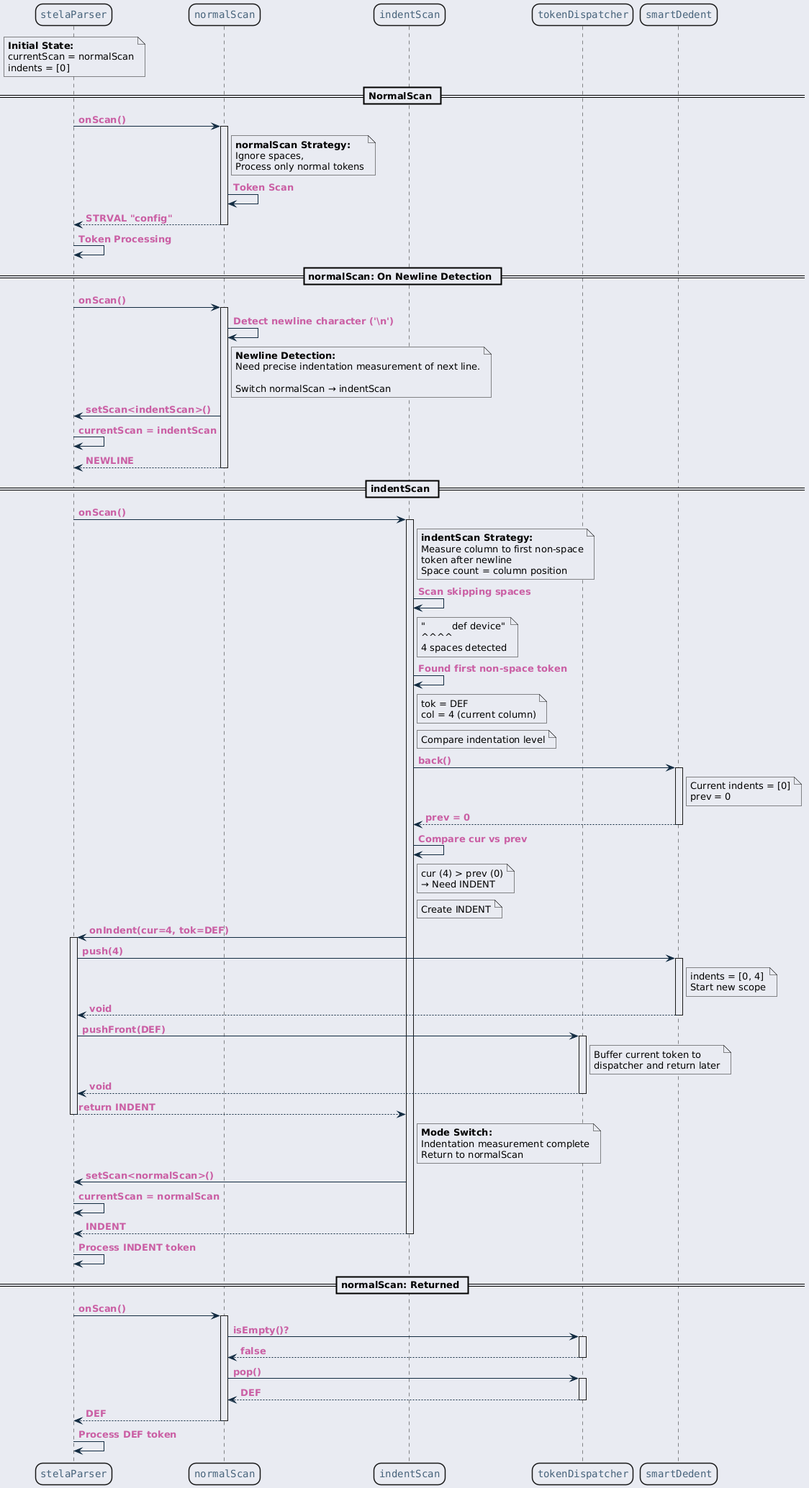
Before: ref/generated/ko/inline_umlgraph_18.png, a diagram exported from PlantUML (byeolang/website). Its diagram source:
```plantuml
@startuml inline_umlgraph_18.png
<style>
  root {
    BackGroundColor: #E9EBF2;
  }
  class, node, object, participant, actor, boundary, control, entity, database, collections, queue {
    LineThickness: 1.5;
    HorizontalAlignment center;
    FontColor: #47637b;
    FontSize: 14;
    FontName: "Courier";
    RoundCorner: 20;
  }
  arrow {
    LineColor: #112a40;
    FontColor: #ca5fa4;
    FontStyle: "bold"
  }
  visibilityIcon {
    protected {
      LineColor DarkGoldenRod
      BackgroundColor DarkGoldenRod
    }
}
</style>
participant "stelaParser" as parser
participant "normalScan" as normalScan
participant "indentScan" as indentScan
participant "tokenDispatcher" as dispatcher
participant "smartDedent" as smartDedent

note over parser
  <b>Initial State:</b>
  currentScan = normalScan
  indents = [0]
end note

== NormalScan ==

parser -> normalScan : onScan()
activate normalScan

note right of normalScan
  <b>normalScan Strategy:</b>
  Ignore spaces,
  Process only normal tokens
end note

normalScan -> normalScan : Token Scan
normalScan --> parser : STRVAL "config"
deactivate normalScan

parser -> parser : Token Processing

== normalScan: On Newline Detection ==

parser -> normalScan : onScan()
activate normalScan

normalScan -> normalScan : Detect newline character ('\\n')

note right of normalScan
  <b>Newline Detection:</b>
  Need precise indentation measurement of next line.

  Switch normalScan → indentScan
end note

normalScan -> parser : setScan<indentScan>()
parser -> parser : currentScan = indentScan

normalScan --> parser : NEWLINE
deactivate normalScan

== indentScan ==

parser -> indentScan : onScan()
activate indentScan

note right of indentScan
  <b>indentScan Strategy:</b>
  Measure column to first non-space
  token after newline
  Space count = column position
end note

indentScan -> indentScan : Scan skipping spaces
note right of indentScan
  "         def device"
  ^^^^
  4 spaces detected
end note

indentScan -> indentScan : Found first non-space token
note right of indentScan
  tok = DEF
  col = 4 (current column)
end note

note right of indentScan: Compare indentation level

indentScan -> smartDedent : back()
activate smartDedent

note right of smartDedent
  Current indents = [0]
  prev = 0
end note

smartDedent --> indentScan : prev = 0
deactivate smartDedent

indentScan -> indentScan : Compare cur vs prev
note right of indentScan
  cur (4) > prev (0)
  → Need INDENT
end note

note right of indentScan: Create INDENT

indentScan -> parser : onIndent(cur=4, tok=DEF)
activate parser

parser -> smartDedent : push(4)
activate smartDedent

note right of smartDedent
  indents = [0, 4]
  Start new scope
end note

smartDedent --> parser : void
deactivate smartDedent

parser -> dispatcher : pushFront(DEF)
activate dispatcher

note right of dispatcher
  Buffer current token to
  dispatcher and return later
end note

dispatcher --> parser : void
deactivate dispatcher

parser --> indentScan : return INDENT
deactivate parser

note right of indentScan
  <b>Mode Switch:</b>
  Indentation measurement complete
  Return to normalScan
end note

indentScan -> parser : setScan<normalScan>()
parser -> parser : currentScan = normalScan

indentScan --> parser : INDENT
deactivate indentScan

parser -> parser : Process INDENT token

== normalScan: Returned ==

parser -> normalScan : onScan()
activate normalScan

normalScan -> dispatcher : isEmpty()?
activate dispatcher
dispatcher --> normalScan : false
deactivate dispatcher

normalScan -> dispatcher : pop()
activate dispatcher
dispatcher --> normalScan : DEF
deactivate dispatcher

normalScan --> parser : DEF
deactivate normalScan

parser -> parser : Process DEF token
@enduml
```
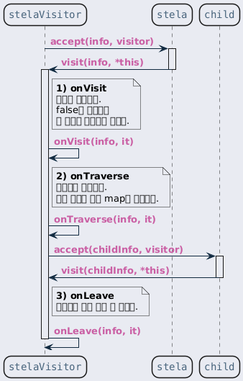
After the change.

Change to the diagram source:
```diff
@@ -23,160 +23,43 @@
     }
 }
 </style>
-participant "stelaParser" as parser
-participant "normalScan" as normalScan
-participant "indentScan" as indentScan
-participant "tokenDispatcher" as dispatcher
-participant "smartDedent" as smartDedent
+participant "stelaVisitor" as visitor
+participant "stela" as node
+participant "child" as child
 
-note over parser
-  <b>Initial State:</b>
-  currentScan = normalScan
-  indents = [0]
+visitor -> node : accept(info, visitor)
+activate node
+node -> visitor : visit(info, *this)
+deactivate node
+
+activate visitor
+
+note right of visitor
+  <b>1) onVisit</b>
+  노드를 살펴본다.
+  false를 반환하면
+  그 아래로 내려가지 않는다.
 end note
 
-== NormalScan ==
+visitor -> visitor : onVisit(info, it)
 
-parser -> normalScan : onScan()
-activate normalScan
-
-note right of normalScan
-  <b>normalScan Strategy:</b>
-  Ignore spaces,
-  Process only normal tokens
+note right of visitor
+  <b>2) onTraverse</b>
+  자식으로 내려간다.
+  기본 구현은 자식 map을 순회한다.
 end note
 
-normalScan -> normalScan : Token Scan
-normalScan --> parser : STRVAL "config"
-deactivate normalScan
+visitor -> visitor : onTraverse(info, it)
+visitor -> child : accept(childInfo, visitor)
+activate child
+child -> visitor : visit(childInfo, *this)
+deactivate child
 
-parser -> parser : Token Processing
-
-== normalScan: On Newline Detection ==
-
-parser -> normalScan : onScan()
-activate normalScan
-
-normalScan -> normalScan : Detect newline character ('\\n')
-
-note right of normalScan
-  <b>Newline Detection:</b>
-  Need precise indentation measurement of next line.
-
-  Switch normalScan → indentScan
+note right of visitor
+  <b>3) onLeave</b>
+  자식까지 모두 끝난 뒤 불린다.
 end note
 
-normalScan -> parser : setScan<indentScan>()
-parser -> parser : currentScan = indentScan
-
-normalScan --> parser : NEWLINE
-deactivate normalScan
-
-== indentScan ==
-
-parser -> indentScan : onScan()
-activate indentScan
-
-note right of indentScan
-  <b>indentScan Strategy:</b>
-  Measure column to first non-space
-  token after newline
-  Space count = column position
-end note
-
-indentScan -> indentScan : Scan skipping spaces
-note right of indentScan
-  "         def device"
-  ^^^^
-  4 spaces detected
-end note
-
-indentScan -> indentScan : Found first non-space token
-note right of indentScan
-  tok = DEF
-  col = 4 (current column)
-end note
-
-note right of indentScan: Compare indentation level
-
-indentScan -> smartDedent : back()
-activate smartDedent
-
-note right of smartDedent
-  Current indents = [0]
-  prev = 0
-end note
-
-smartDedent --> indentScan : prev = 0
-deactivate smartDedent
-
-indentScan -> indentScan : Compare cur vs prev
-note right of indentScan
-  cur (4) > prev (0)
-  → Need INDENT
-end note
-
-note right of indentScan: Create INDENT
-
-indentScan -> parser : onIndent(cur=4, tok=DEF)
-activate parser
-
-parser -> smartDedent : push(4)
-activate smartDedent
-
-note right of smartDedent
-  indents = [0, 4]
-  Start new scope
-end note
-
-smartDedent --> parser : void
-deactivate smartDedent
-
-parser -> dispatcher : pushFront(DEF)
-activate dispatcher
-
-note right of dispatcher
-  Buffer current token to
-  dispatcher and return later
-end note
-
-dispatcher --> parser : void
-deactivate dispatcher
-
-parser --> indentScan : return INDENT
-deactivate parser
-
-note right of indentScan
-  <b>Mode Switch:</b>
-  Indentation measurement complete
-  Return to normalScan
-end note
-
-indentScan -> parser : setScan<normalScan>()
-parser -> parser : currentScan = normalScan
-
-indentScan --> parser : INDENT
-deactivate indentScan
-
-parser -> parser : Process INDENT token
-
-== normalScan: Returned ==
-
-parser -> normalScan : onScan()
-activate normalScan
-
-normalScan -> dispatcher : isEmpty()?
-activate dispatcher
-dispatcher --> normalScan : false
-deactivate dispatcher
-
-normalScan -> dispatcher : pop()
-activate dispatcher
-dispatcher --> normalScan : DEF
-deactivate dispatcher
-
-normalScan --> parser : DEF
-deactivate normalScan
-
-parser -> parser : Process DEF token
+visitor -> visitor : onLeave(info, it)
+deactivate visitor
 @enduml
```
